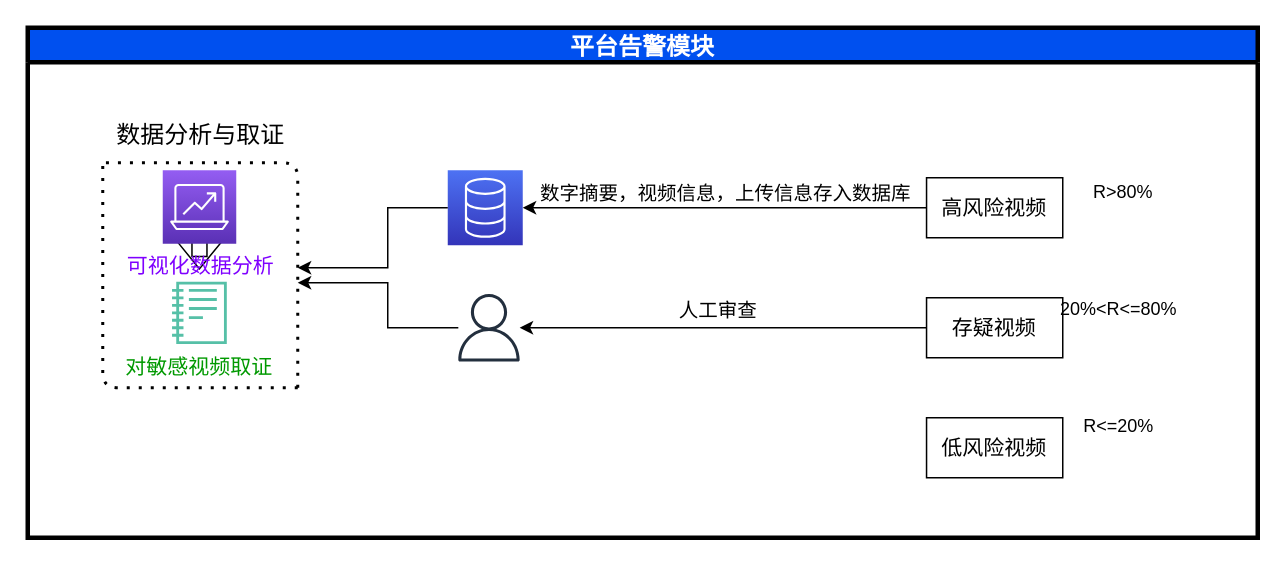
Earlier version of the draw.io diagram Untitled Diagram4.drawio (epc314/hello-world). Source tidied: cells renumbered, new cells numbered last; positions are measured from the earlier drawing's top-left corner, leaving out a move shared by most shapes. Both pictures are drawn from the tidied source at 150%, with x=0, y=0 at pixel (27, 27).
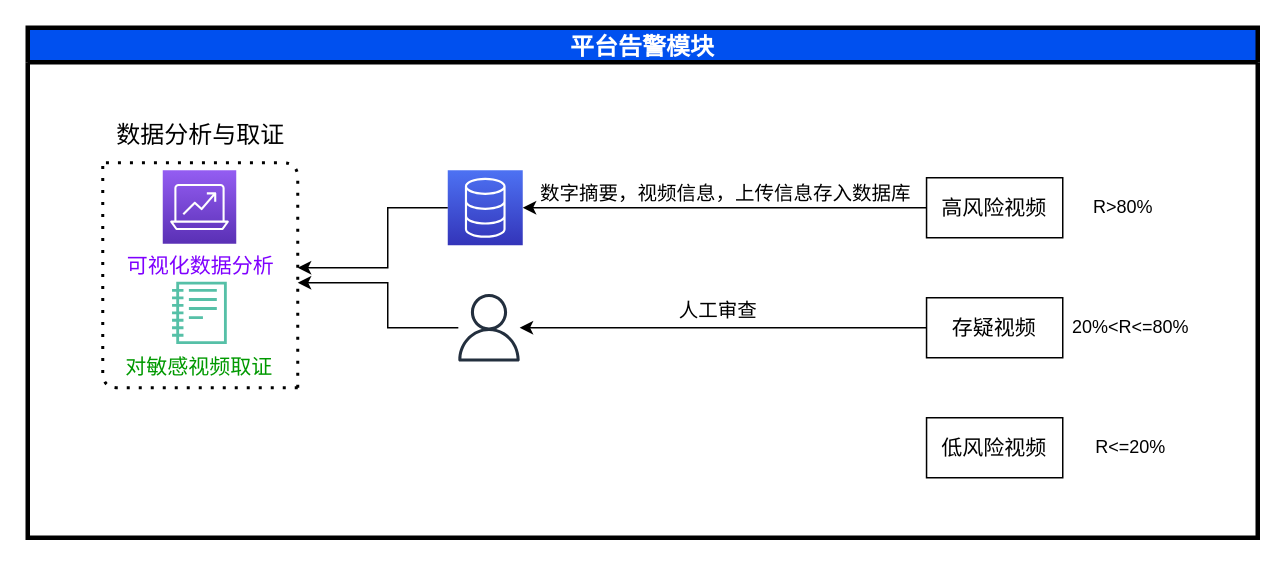
After the change.

The change refers to these unchanged cells:
```xml
<mxCell id="2" value="平台告警模块" style="swimlane;startSize=23;fillColor=#0050EF;strokeColor=#000000;fontColor=#ffffff;fontSize=16;strokeWidth=3;" parent="1" vertex="1">
  <mxGeometry width="820" height="340" as="geometry" />
</mxCell>
<mxCell id="17" value="&lt;font style=&quot;font-size: 14px&quot; color=&quot;#009900&quot;&gt;对敏感视频取证&lt;/font&gt;" style="sketch=0;outlineConnect=0;fontColor=#232F3E;gradientColor=none;fillColor=#56C0A7;strokeColor=none;dashed=0;verticalLabelPosition=bottom;verticalAlign=top;align=center;html=1;fontSize=12;fontStyle=0;shape=mxgraph.aws4.sagemaker_notebook;" parent="2" vertex="1">
  <mxGeometry x="96.2" y="169.1" width="36.5" height="41.9" as="geometry" />
</mxCell>
```

What changed in the source:
```diff
@@
     <mxCell id="8" value="R&amp;gt;80%" style="text;html=1;align=center;verticalAlign=middle;fillColor=none;strokeColor=none;rounded=0;" parent="2" vertex="1">
-      <mxGeometry x="700" y="100" width="60" height="20" as="geometry" />
+      <mxGeometry x="700" y="109.5" width="60" height="20" as="geometry" />
     </mxCell>
     <mxCell id="9" value="20%&amp;lt;R&amp;lt;=80%" style="text;html=1;align=center;verticalAlign=middle;fillColor=none;strokeColor=none;rounded=0;" parent="2" vertex="1">
-      <mxGeometry x="682" y="177.5" width="90" height="20" as="geometry" />
+      <mxGeometry x="690" y="190" width="90" height="20" as="geometry" />
     </mxCell>
     <mxCell id="10" value="R&amp;lt;=20%" style="text;html=1;align=center;verticalAlign=middle;fillColor=none;strokeColor=none;rounded=0;" parent="2" vertex="1">
-      <mxGeometry x="697" y="256" width="60" height="20" as="geometry" />
+      <mxGeometry x="705" y="270" width="60" height="20" as="geometry" />
     </mxCell>
@@
-    <mxCell id="15" style="edgeStyle=none;shape=flexArrow;curved=1;rounded=0;jettySize=auto;html=1;fontColor=#FFFFFF;endArrow=open;sourcePerimeterSpacing=8;targetPerimeterSpacing=8;strokeColor=#000000;fillColor=none;" parent="2" edge="1" source="16" target="17">
-      <mxGeometry relative="1" as="geometry" />
-    </mxCell>
-    <mxCell id="16" value="&lt;font style=&quot;font-size: 14px&quot; color=&quot;#7f00ff&quot;&gt;可视化数据分析&lt;/font&gt;" style="sketch=0;points=[[0,0,0],[0.25,0,0],[0.5,0,0],[0.75,0,0],[1,0,0],[0,1,0],[0.25,1,0],[0.5,1,0],[0.75,1,0],[1,1,0],[0,0.25,0],[0,0.5,0],[0,0.75,0],[1,0.25,0],[1,0.5,0],[1,0.75,0]];outlineConnect=0;fontColor=#232F3E;gradientColor=#945DF2;gradientDirection=north;fillColor=#5A30B5;strokeColor=#ffffff;dashed=0;verticalLabelPosition=bottom;verticalAlign=top;align=center;html=1;fontSize=12;fontStyle=0;shape=mxgraph.aws4.resourceIcon;resIcon=mxgraph.aws4.analytics;" parent="2" vertex="1">
-      <mxGeometry x="90" y="95" width="49" height="49" as="geometry" />
-    </mxCell>
@@
+    <mxCell id="16" value="&lt;font style=&quot;font-size: 14px&quot; color=&quot;#7f00ff&quot;&gt;可视化数据分析&lt;/font&gt;" style="sketch=0;points=[[0,0,0],[0.25,0,0],[0.5,0,0],[0.75,0,0],[1,0,0],[0,1,0],[0.25,1,0],[0.5,1,0],[0.75,1,0],[1,1,0],[0,0.25,0],[0,0.5,0],[0,0.75,0],[1,0.25,0],[1,0.5,0],[1,0.75,0]];outlineConnect=0;fontColor=#232F3E;gradientColor=#945DF2;gradientDirection=north;fillColor=#5A30B5;strokeColor=#ffffff;dashed=0;verticalLabelPosition=bottom;verticalAlign=top;align=center;html=1;fontSize=12;fontStyle=0;shape=mxgraph.aws4.resourceIcon;resIcon=mxgraph.aws4.analytics;" parent="2" vertex="1">
+      <mxGeometry x="90" y="95" width="49" height="49" as="geometry" />
+    </mxCell>
```
